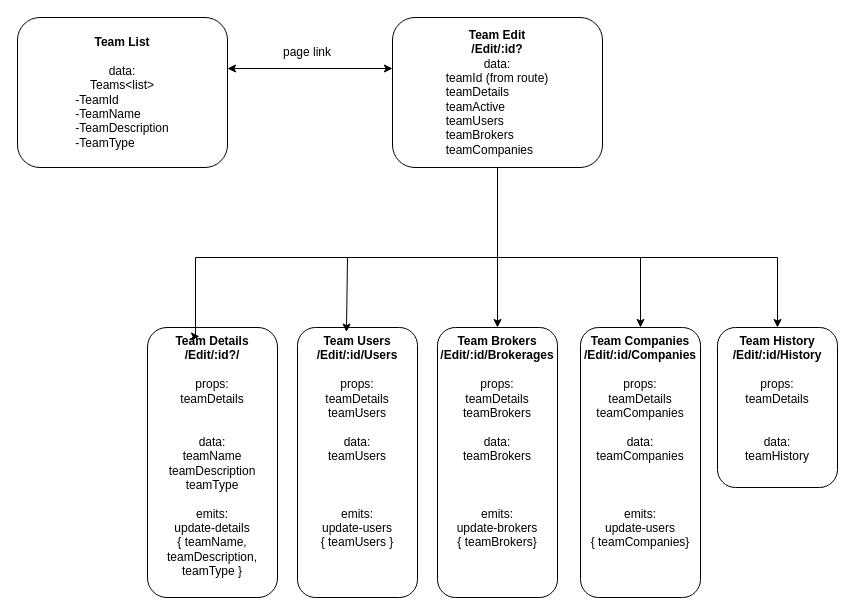
atflick/images keeps this draw.io diagram as Licensee Teams Edit.drawio. Above is the earlier version. Source tidied: cells renumbered, new cells numbered last; positions are measured from the earlier drawing's top-left corner, leaving out a move shared by most shapes. Both pictures are drawn from the tidied source at 100%, with x=0, y=0 at pixel (17, 17).
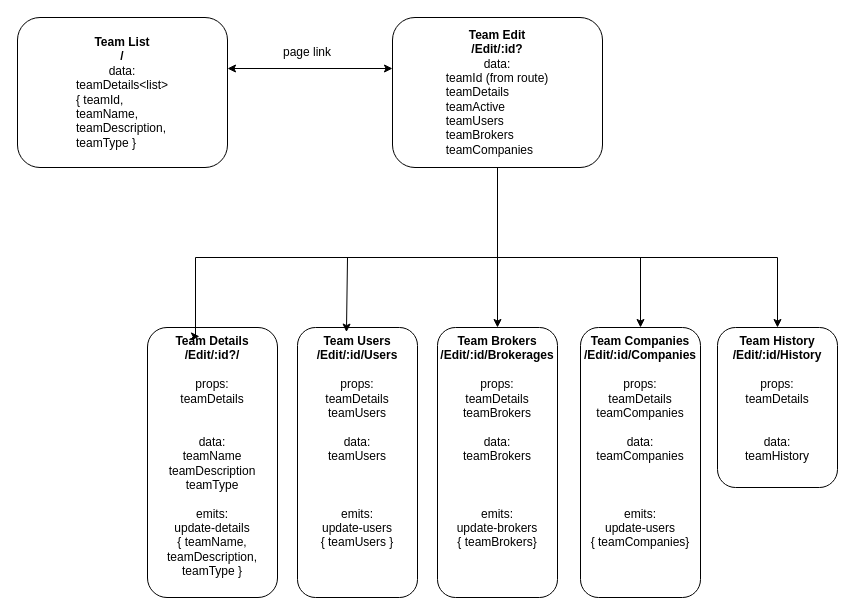
The same diagram, later.

The edit, as a diff of the source:
```diff
@@
-    <mxCell id="2" value="&lt;div&gt;&lt;b&gt;Team List&lt;br&gt;&lt;/b&gt;&lt;/div&gt;&lt;div&gt;&lt;b&gt;&lt;br&gt;&lt;/b&gt;&lt;/div&gt;&lt;div&gt;data:&lt;/div&gt;&lt;div&gt;Teams&amp;lt;list&amp;gt;&lt;/div&gt;&lt;div align=&quot;left&quot;&gt;-TeamId &lt;br&gt;&lt;/div&gt;&lt;div align=&quot;left&quot;&gt;-TeamName&lt;/div&gt;&lt;div align=&quot;left&quot;&gt;-TeamDescription&lt;/div&gt;&lt;div align=&quot;left&quot;&gt;-TeamType&lt;br&gt;&lt;/div&gt;" style="rounded=1;whiteSpace=wrap;html=1;" parent="1" vertex="1">
+    <mxCell id="2" value="&lt;div&gt;&lt;b&gt;Team List&lt;/b&gt;&lt;/div&gt;&lt;div&gt;&lt;b&gt;/&lt;/b&gt;&lt;/div&gt;&lt;div&gt;data:&lt;/div&gt;&lt;div&gt;teamDetails&amp;lt;list&amp;gt;&lt;/div&gt;&lt;div align=&quot;left&quot;&gt;{ teamId,&lt;/div&gt;&lt;div align=&quot;left&quot;&gt;teamName,&lt;/div&gt;&lt;div align=&quot;left&quot;&gt;teamDescription,&lt;/div&gt;&lt;div align=&quot;left&quot;&gt;teamType }&lt;br&gt;&lt;/div&gt;" style="rounded=1;whiteSpace=wrap;html=1;" parent="1" vertex="1">
       <mxGeometry width="210" height="150" as="geometry" />
     </mxCell>
```
